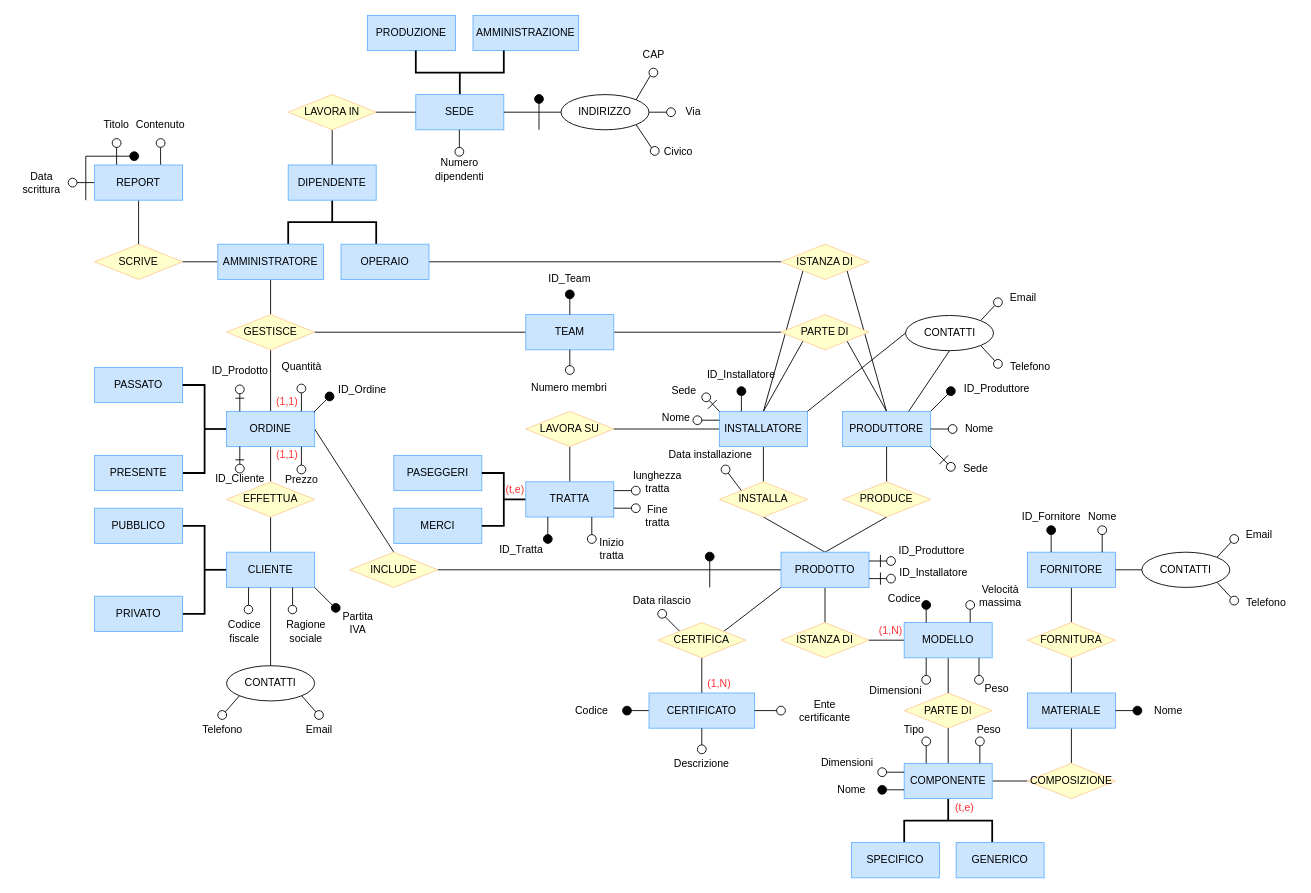
Before: Secondo Anno/Secondo_Semestre/Basi_dati/Diagrammi_GreenRail/rivisto_amministratore.drawio in bilottiale/uni, a draw.io diagram. Source tidied: cells renumbered, new cells numbered last; positions are measured from the earlier drawing's top-left corner, leaving out a move shared by most shapes. Both pictures are drawn from the tidied source at 88%, with x=0, y=0 at pixel (15, 15).
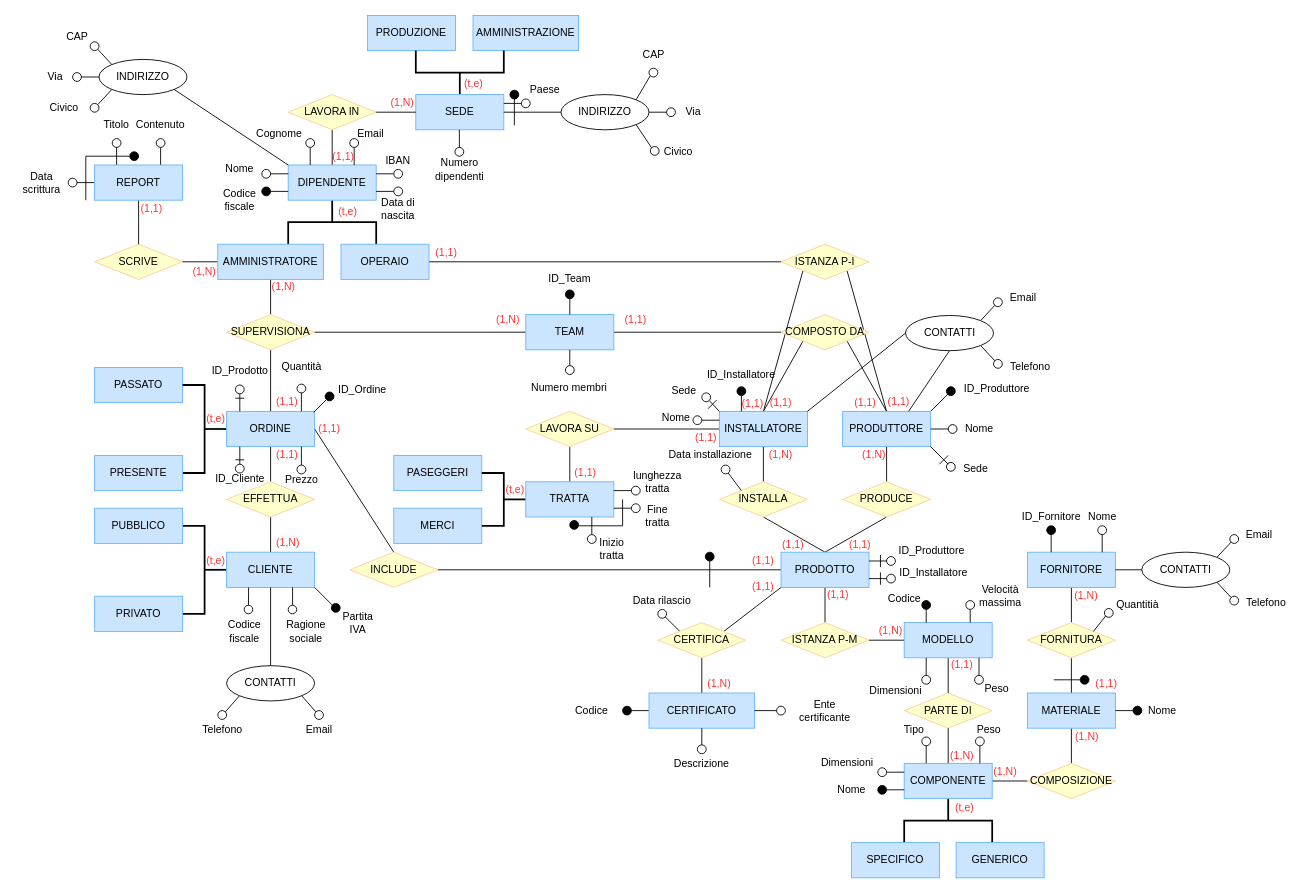
The same diagram, later.

Unchanged cells that the change refers to:
```xml
<mxCell id="65" value="DIPENDENTE" style="rounded=0;whiteSpace=wrap;html=1;fillColor=#CCE5FF;strokeColor=#66B2FF;" parent="1" vertex="1">
  <mxGeometry x="310" y="170" width="100" height="40" as="geometry" />
</mxCell>
<mxCell id="75" value="FORNITURA" style="rhombus;whiteSpace=wrap;html=1;fillColor=#FFFFCC;strokeColor=#FFCC99;" parent="1" vertex="1">
  <mxGeometry x="1150" y="690" width="100" height="40" as="geometry" />
</mxCell>
<mxCell id="110" style="group;" parent="1" vertex="1">
  <mxGeometry x="210" y="385" width="224" height="166" as="geometry" />
</mxCell>
<mxCell id="143" style="group;" parent="1" vertex="1">
  <mxGeometry x="545" y="515" width="205" height="115" as="geometry" />
</mxCell>
```

Diff of the diagram source:
```diff
@@
-    <mxCell id="26" value="GESTISCE" style="rhombus;whiteSpace=wrap;html=1;fillColor=#FFFFCC;strokeColor=#FFCC99;" parent="1" vertex="1">
+    <mxCell id="26" value="SUPERVISIONA" style="rhombus;whiteSpace=wrap;html=1;fillColor=#FFFFCC;strokeColor=#FFCC99;" parent="1" vertex="1">
       <mxGeometry x="240" y="340" width="100" height="40" as="geometry" />
     </mxCell>
@@
     <mxCell id="31" style="group;" parent="1" vertex="1">
-      <mxGeometry x="90" y="400" width="150" height="140" as="geometry" />
+      <mxGeometry x="90" y="400" width="170" height="140" as="geometry" />
     </mxCell>
@@
+    <mxCell id="285" value="(t,e)" style="text;html=1;align=center;verticalAlign=middle;whiteSpace=wrap;rounded=0;fontColor=#FF3333;" parent="31" vertex="1">
+      <mxGeometry x="108" y="44" width="60" height="30" as="geometry" />
+    </mxCell>
@@
-    <mxCell id="41" value="ISTANZA DI" style="rhombus;whiteSpace=wrap;html=1;fillColor=#FFFFCC;strokeColor=#FFCC99;" parent="1" vertex="1">
+    <mxCell id="41" value="ISTANZA P-I" style="rhombus;whiteSpace=wrap;html=1;fillColor=#FFFFCC;strokeColor=#FFCC99;" parent="1" vertex="1">
       <mxGeometry x="870" y="260" width="100" height="40" as="geometry" />
     </mxCell>
-    <mxCell id="42" value="PARTE DI" style="rhombus;whiteSpace=wrap;html=1;fillColor=#FFFFCC;strokeColor=#FFCC99;" parent="1" vertex="1">
+    <mxCell id="42" value="COMPOSTO DA" style="rhombus;whiteSpace=wrap;html=1;fillColor=#FFFFCC;strokeColor=#FFCC99;" parent="1" vertex="1">
       <mxGeometry x="870" y="340" width="100" height="40" as="geometry" />
     </mxCell>
@@
     <mxCell id="57" style="group;" parent="1" vertex="1">
-      <mxGeometry x="400" width="240" height="130" as="geometry" />
+      <mxGeometry x="400" width="240" height="150" as="geometry" />
     </mxCell>
@@
     <mxCell id="62" style="group;rotation=-180;" parent="57" vertex="1">
-      <mxGeometry x="190" y="90" width="10" height="30" as="geometry" />
+      <mxGeometry x="162" y="85" width="10" height="30" as="geometry" />
     </mxCell>
@@
+    <mxCell id="286" style="group;rotation=-90;" parent="57" vertex="1">
+      <mxGeometry x="165" y="85" width="10" height="30" as="geometry" />
+    </mxCell>
+    <mxCell id="287" style="ellipse;whiteSpace=wrap;html=1;fillColor=#FFFFFF;strokeColor=default;rotation=-90;" parent="286" vertex="1">
+      <mxGeometry x="10" y="10" width="10" height="10" as="geometry" />
+    </mxCell>
+    <mxCell id="288" style="endArrow=none;html=1;rounded=0;fontFamily=Helvetica;fontSize=12;fontColor=default;entryX=0.25;entryY=1;entryDx=0;entryDy=0;exitX=0.5;exitY=0;exitDx=0;exitDy=0;" parent="286" edge="1" source="287">
+      <mxGeometry relative="1" as="geometry">
+        <mxPoint x="-10" y="15" as="targetPoint" />
+      </mxGeometry>
+    </mxCell>
+    <mxCell id="289" value="Paese" style="text;html=1;align=center;verticalAlign=middle;whiteSpace=wrap;rounded=0;" parent="57" vertex="1">
+      <mxGeometry x="172" y="70" width="60" height="30" as="geometry" />
+    </mxCell>
+    <mxCell id="290" value="Email" style="text;html=1;align=center;verticalAlign=middle;whiteSpace=wrap;rounded=0;fontFamily=Helvetica;fontSize=12;fontColor=default;" parent="57" vertex="1">
+      <mxGeometry x="-26" y="120" width="60" height="30" as="geometry" />
+    </mxCell>
+    <mxCell id="291" value="(t,e)" style="text;html=1;align=center;verticalAlign=middle;whiteSpace=wrap;rounded=0;fontColor=#FF3333;" parent="57" vertex="1">
+      <mxGeometry x="91" y="63" width="60" height="30" as="geometry" />
+    </mxCell>
+    <mxCell id="292" value="(1,N)" style="text;html=1;align=center;verticalAlign=middle;whiteSpace=wrap;rounded=0;fontColor=#FF3333;" parent="57" vertex="1">
+      <mxGeometry x="10" y="85" width="60" height="30" as="geometry" />
+    </mxCell>
@@
-    <mxCell id="69" value="ISTANZA DI" style="rhombus;whiteSpace=wrap;html=1;fillColor=#FFFFCC;strokeColor=#FFCC99;" parent="1" vertex="1">
+    <mxCell id="69" value="ISTANZA P-M" style="rhombus;whiteSpace=wrap;html=1;fillColor=#FFFFCC;strokeColor=#FFCC99;" parent="1" vertex="1">
       <mxGeometry x="870" y="690" width="100" height="40" as="geometry" />
     </mxCell>
@@
+    <mxCell id="293" value="(1,1)" style="text;html=1;align=center;verticalAlign=middle;whiteSpace=wrap;rounded=0;labelBackgroundColor=none;fontColor=#FF3333;" parent="110" vertex="1">
+      <mxGeometry x="117" y="70" width="60" height="30" as="geometry" />
+    </mxCell>
@@
-    <mxCell id="145" value="ID_Tratta" style="text;html=1;align=center;verticalAlign=middle;whiteSpace=wrap;rounded=0;" parent="143" vertex="1">
-      <mxGeometry y="82" width="60" height="20" as="geometry" />
-    </mxCell>
@@
     <mxCell id="155" style="ellipse;whiteSpace=wrap;html=1;fillColor=light-dark(#000000,#FFFFFF);strokeColor=default;rotation=-180;" parent="143" vertex="1">
-      <mxGeometry x="55" y="75" width="10" height="10" as="geometry" />
+      <mxGeometry x="85" y="59" width="10" height="10" as="geometry" />
     </mxCell>
-    <mxCell id="156" style="endArrow=none;html=1;rounded=0;entryX=0.5;entryY=1;entryDx=0;entryDy=0;" parent="143" edge="1" target="155">
-      <mxGeometry relative="1" as="geometry">
-        <mxPoint x="60" y="55" as="sourcePoint" />
-      </mxGeometry>
-    </mxCell>
+    <mxCell id="294" style="endArrow=none;html=1;rounded=0;" parent="143" edge="1">
+      <mxGeometry relative="1" as="geometry">
+        <mxPoint x="145" y="35" as="sourcePoint" />
+        <mxPoint x="95" y="65" as="targetPoint" />
+        <Array as="points">
+          <mxPoint x="145" y="65" />
+        </Array>
+      </mxGeometry>
+    </mxCell>
+    <mxCell id="295" value="(1,1)" style="text;html=1;align=center;verticalAlign=middle;whiteSpace=wrap;rounded=0;labelBackgroundColor=none;fontColor=#FF3333;" parent="143" vertex="1">
+      <mxGeometry x="72.5" y="-10" width="60" height="30" as="geometry" />
+    </mxCell>
@@
     <mxCell id="232" style="group;" parent="1" vertex="1">
-      <mxGeometry x="1280" y="575" width="176" height="105" as="geometry" />
+      <mxGeometry x="1280" y="575" width="176" height="110" as="geometry" />
     </mxCell>
@@
+    <mxCell id="296" value="Quantitià" style="text;html=1;align=center;verticalAlign=middle;strokeColor=none;fillColor=none;" parent="232" vertex="1">
+      <mxGeometry x="-40" y="80" width="70" height="30" as="geometry" />
+    </mxCell>
@@
     <mxCell id="241" value="Nome" style="text;html=1;align=center;verticalAlign=middle;strokeColor=none;fillColor=none;" parent="1" vertex="1">
-      <mxGeometry x="1280" y="775" width="60" height="30" as="geometry" />
+      <mxGeometry x="1273" y="775" width="60" height="30" as="geometry" />
     </mxCell>
@@
+    <mxCell id="297" style="ellipse;whiteSpace=wrap;html=1;fillColor=#000000;strokeColor=default;rotation=90;" parent="1" vertex="1">
+      <mxGeometry x="1210" y="750" width="10" height="10" as="geometry" />
+    </mxCell>
+    <mxCell id="298" style="endArrow=none;html=1;rounded=0;entryX=0.5;entryY=1;entryDx=0;entryDy=0;" parent="1" edge="1" target="297">
+      <mxGeometry relative="1" as="geometry">
+        <mxPoint x="1180" y="755" as="sourcePoint" />
+      </mxGeometry>
+    </mxCell>
+    <mxCell id="299" style="ellipse;whiteSpace=wrap;html=1;fillColor=none;strokeColor=default;direction=south;" parent="1" vertex="1">
+      <mxGeometry x="1237.5" y="674" width="10" height="10" as="geometry" />
+    </mxCell>
+    <mxCell id="300" style="endArrow=none;html=1;rounded=0;entryX=1;entryY=0;entryDx=0;entryDy=0;exitX=1;exitY=1;exitDx=0;exitDy=0;" parent="1" edge="1" source="299" target="75">
+      <mxGeometry relative="1" as="geometry" />
+    </mxCell>
+    <mxCell id="301" style="endArrow=none;html=1;rounded=0;entryX=0.25;entryY=0;entryDx=0;entryDy=0;" parent="1" edge="1" target="65">
+      <mxGeometry relative="1" as="geometry">
+        <mxPoint x="335" y="150" as="sourcePoint" />
+      </mxGeometry>
+    </mxCell>
+    <mxCell id="302" style="endArrow=none;html=1;rounded=0;exitX=0;exitY=0.25;exitDx=0;exitDy=0;" parent="1" edge="1" source="65">
+      <mxGeometry relative="1" as="geometry">
+        <mxPoint x="290" y="180" as="targetPoint" />
+      </mxGeometry>
+    </mxCell>
+    <mxCell id="303" style="endArrow=none;html=1;rounded=0;exitX=0;exitY=0.75;exitDx=0;exitDy=0;" parent="1" edge="1" source="65">
+      <mxGeometry relative="1" as="geometry">
+        <mxPoint x="290" y="200" as="targetPoint" />
+      </mxGeometry>
+    </mxCell>
+    <mxCell id="304" style="endArrow=none;html=1;rounded=0;entryX=0.75;entryY=0;entryDx=0;entryDy=0;" parent="1" edge="1" target="65">
+      <mxGeometry relative="1" as="geometry">
+        <mxPoint x="385" y="150" as="sourcePoint" />
+      </mxGeometry>
+    </mxCell>
+    <mxCell id="305" style="ellipse;whiteSpace=wrap;html=1;fillColor=#000000;strokeColor=default;" parent="1" vertex="1">
+      <mxGeometry x="280" y="195" width="10" height="10" as="geometry" />
+    </mxCell>
+    <mxCell id="306" value="Codice&lt;div&gt;fiscale&lt;/div&gt;" style="text;html=1;align=center;verticalAlign=middle;whiteSpace=wrap;rounded=0;fontFamily=Helvetica;fontSize=12;fontColor=default;" parent="1" vertex="1">
+      <mxGeometry x="225" y="195" width="60" height="30" as="geometry" />
+    </mxCell>
+    <mxCell id="307" style="ellipse;whiteSpace=wrap;html=1;fillColor=#FFFFFF;strokeColor=default;" parent="1" vertex="1">
+      <mxGeometry x="280" y="175" width="10" height="10" as="geometry" />
+    </mxCell>
+    <mxCell id="308" value="Nome" style="text;html=1;align=center;verticalAlign=middle;whiteSpace=wrap;rounded=0;fontFamily=Helvetica;fontSize=12;fontColor=default;" parent="1" vertex="1">
+      <mxGeometry x="225" y="160" width="60" height="30" as="geometry" />
+    </mxCell>
+    <mxCell id="309" style="ellipse;whiteSpace=wrap;html=1;fillColor=#FFFFFF;strokeColor=default;" parent="1" vertex="1">
+      <mxGeometry x="330" y="140" width="10" height="10" as="geometry" />
+    </mxCell>
+    <mxCell id="310" style="ellipse;whiteSpace=wrap;html=1;fillColor=#FFFFFF;strokeColor=default;" parent="1" vertex="1">
+      <mxGeometry x="380" y="140" width="10" height="10" as="geometry" />
+    </mxCell>
+    <mxCell id="311" value="Cognome" style="text;html=1;align=center;verticalAlign=middle;whiteSpace=wrap;rounded=0;fontFamily=Helvetica;fontSize=12;fontColor=default;" parent="1" vertex="1">
+      <mxGeometry x="269.7" y="120" width="60" height="30" as="geometry" />
+    </mxCell>
+    <mxCell id="312" style="endArrow=none;html=1;rounded=0;exitX=1;exitY=0.25;exitDx=0;exitDy=0;" parent="1" edge="1" source="65">
+      <mxGeometry relative="1" as="geometry">
+        <mxPoint x="430" y="180" as="targetPoint" />
+      </mxGeometry>
+    </mxCell>
+    <mxCell id="313" style="endArrow=none;html=1;rounded=0;exitX=1;exitY=0.75;exitDx=0;exitDy=0;" parent="1" edge="1" source="65">
+      <mxGeometry relative="1" as="geometry">
+        <mxPoint x="430" y="200" as="targetPoint" />
+      </mxGeometry>
+    </mxCell>
+    <mxCell id="314" style="ellipse;whiteSpace=wrap;html=1;fillColor=#FFFFFF;strokeColor=default;" parent="1" vertex="1">
+      <mxGeometry x="430" y="175" width="10" height="10" as="geometry" />
+    </mxCell>
+    <mxCell id="315" style="ellipse;whiteSpace=wrap;html=1;fillColor=#FFFFFF;strokeColor=default;" parent="1" vertex="1">
+      <mxGeometry x="430" y="195" width="10" height="10" as="geometry" />
+    </mxCell>
+    <mxCell id="316" value="IBAN" style="text;html=1;align=center;verticalAlign=middle;whiteSpace=wrap;rounded=0;fontFamily=Helvetica;fontSize=12;fontColor=default;" parent="1" vertex="1">
+      <mxGeometry x="405" y="150" width="60" height="30" as="geometry" />
+    </mxCell>
+    <mxCell id="317" value="Data di nascita" style="text;html=1;align=center;verticalAlign=middle;whiteSpace=wrap;rounded=0;fontFamily=Helvetica;fontSize=12;fontColor=default;" parent="1" vertex="1">
+      <mxGeometry x="405" y="205" width="60" height="30" as="geometry" />
+    </mxCell>
+    <mxCell id="318" style="group;" parent="1" vertex="1">
+      <mxGeometry x="25" y="10" width="170" height="110" as="geometry" />
+    </mxCell>
+    <mxCell id="319" value="Civico" style="text;html=1;align=center;verticalAlign=middle;strokeColor=none;fillColor=none;" parent="318" vertex="1">
+      <mxGeometry y="80" width="60" height="30" as="geometry" />
+    </mxCell>
+    <mxCell id="320" value="INDIRIZZO" style="ellipse;whiteSpace=wrap;html=1;fillColor=default;" parent="318" vertex="1">
+      <mxGeometry x="70" y="40" width="100" height="40" as="geometry" />
+    </mxCell>
+    <mxCell id="321" style="ellipse;whiteSpace=wrap;html=1;fillColor=none;strokeColor=default;direction=south;" parent="318" vertex="1">
+      <mxGeometry x="40" y="55" width="10" height="10" as="geometry" />
+    </mxCell>
+    <mxCell id="322" style="endArrow=none;html=1;rounded=0;entryX=0;entryY=0.5;entryDx=0;entryDy=0;" parent="318" edge="1" target="320">
+      <mxGeometry relative="1" as="geometry">
+        <mxPoint x="50" y="60" as="sourcePoint" />
+      </mxGeometry>
+    </mxCell>
+    <mxCell id="323" style="endArrow=none;html=1;rounded=0;entryX=0;entryY=0;entryDx=0;entryDy=0;exitX=1;exitY=0;exitDx=0;exitDy=0;" parent="318" edge="1" source="324" target="320">
+      <mxGeometry relative="1" as="geometry" />
+    </mxCell>
+    <mxCell id="324" style="ellipse;whiteSpace=wrap;html=1;fillColor=none;strokeColor=default;direction=south;" parent="318" vertex="1">
+      <mxGeometry x="60" y="20" width="10" height="10" as="geometry" />
+    </mxCell>
+    <mxCell id="325" style="ellipse;whiteSpace=wrap;html=1;fillColor=none;strokeColor=default;direction=south;" parent="318" vertex="1">
+      <mxGeometry x="60" y="90" width="10" height="10" as="geometry" />
+    </mxCell>
+    <mxCell id="326" style="endArrow=none;html=1;rounded=0;entryX=0;entryY=1;entryDx=0;entryDy=0;exitX=0;exitY=0;exitDx=0;exitDy=0;" parent="318" edge="1" source="325" target="320">
+      <mxGeometry relative="1" as="geometry" />
+    </mxCell>
+    <mxCell id="327" value="Via" style="text;html=1;align=center;verticalAlign=middle;strokeColor=none;fillColor=none;" parent="318" vertex="1">
+      <mxGeometry y="45" width="40" height="30" as="geometry" />
+    </mxCell>
+    <mxCell id="328" value="CAP" style="text;html=1;align=center;verticalAlign=middle;strokeColor=none;fillColor=none;" parent="318" vertex="1">
+      <mxGeometry x="20" width="50" height="30" as="geometry" />
+    </mxCell>
+    <mxCell id="329" style="endArrow=none;html=1;rounded=0;entryX=1;entryY=1;entryDx=0;entryDy=0;exitX=0;exitY=0;exitDx=0;exitDy=0;" parent="1" edge="1" source="65" target="320">
+      <mxGeometry relative="1" as="geometry" />
+    </mxCell>
+    <mxCell id="330" value="(t,e)" style="text;html=1;align=center;verticalAlign=middle;whiteSpace=wrap;rounded=0;fontColor=#FF3333;" parent="1" vertex="1">
+      <mxGeometry x="197.7" y="605.1" width="60" height="30" as="geometry" />
+    </mxCell>
+    <mxCell id="331" value="(t,e)" style="text;html=1;align=center;verticalAlign=middle;whiteSpace=wrap;rounded=0;fontColor=#FF3333;" parent="1" vertex="1">
+      <mxGeometry x="348" y="207.8" width="60" height="30" as="geometry" />
+    </mxCell>
+    <mxCell id="332" value="(1,N)" style="text;html=1;align=center;verticalAlign=middle;whiteSpace=wrap;rounded=0;fontColor=#FF3333;" parent="1" vertex="1">
+      <mxGeometry x="280" y="585" width="60" height="30" as="geometry" />
+    </mxCell>
+    <mxCell id="333" value="(1,N)" style="text;html=1;align=center;verticalAlign=middle;whiteSpace=wrap;rounded=0;labelBackgroundColor=none;fontColor=#FF3333;" parent="1" vertex="1">
+      <mxGeometry x="275" y="294" width="60" height="30" as="geometry" />
+    </mxCell>
+    <mxCell id="334" value="(1,N)" style="text;html=1;align=center;verticalAlign=middle;whiteSpace=wrap;rounded=0;labelBackgroundColor=none;fontColor=#FF3333;" parent="1" vertex="1">
+      <mxGeometry x="185" y="276" width="60" height="30" as="geometry" />
+    </mxCell>
+    <mxCell id="335" value="(1,1)" style="text;html=1;align=center;verticalAlign=middle;whiteSpace=wrap;rounded=0;labelBackgroundColor=none;fontColor=#FF3333;" parent="1" vertex="1">
+      <mxGeometry x="125" y="205" width="60" height="30" as="geometry" />
+    </mxCell>
+    <mxCell id="336" value="(1,N)" style="text;html=1;align=center;verticalAlign=middle;whiteSpace=wrap;rounded=0;labelBackgroundColor=none;fontColor=#FF3333;" parent="1" vertex="1">
+      <mxGeometry x="530" y="331" width="60" height="30" as="geometry" />
+    </mxCell>
+    <mxCell id="337" value="(1,1)" style="text;html=1;align=center;verticalAlign=middle;whiteSpace=wrap;rounded=0;labelBackgroundColor=none;fontColor=#FF3333;" parent="1" vertex="1">
+      <mxGeometry x="675" y="331" width="60" height="30" as="geometry" />
+    </mxCell>
+    <mxCell id="338" value="(1,1)" style="text;html=1;align=center;verticalAlign=middle;whiteSpace=wrap;rounded=0;labelBackgroundColor=none;fontColor=#FF3333;" parent="1" vertex="1">
+      <mxGeometry x="840" y="425" width="60" height="30" as="geometry" />
+    </mxCell>
+    <mxCell id="339" value="(1,1)" style="text;html=1;align=center;verticalAlign=middle;whiteSpace=wrap;rounded=0;labelBackgroundColor=none;fontColor=#FF3333;" parent="1" vertex="1">
+      <mxGeometry x="820" y="605" width="60" height="30" as="geometry" />
+    </mxCell>
+    <mxCell id="340" value="(1,1)" style="text;html=1;align=center;verticalAlign=middle;whiteSpace=wrap;rounded=0;labelBackgroundColor=none;fontColor=#FF3333;" parent="1" vertex="1">
+      <mxGeometry x="854" y="587" width="60" height="30" as="geometry" />
+    </mxCell>
+    <mxCell id="341" value="(1,1)" style="text;html=1;align=center;verticalAlign=middle;whiteSpace=wrap;rounded=0;labelBackgroundColor=none;fontColor=#FF3333;" parent="1" vertex="1">
+      <mxGeometry x="930" y="587" width="60" height="30" as="geometry" />
+    </mxCell>
+    <mxCell id="342" value="(1,N)" style="text;html=1;align=center;verticalAlign=middle;whiteSpace=wrap;rounded=0;labelBackgroundColor=none;fontColor=#FF3333;" parent="1" vertex="1">
+      <mxGeometry x="946.1" y="485" width="60" height="30" as="geometry" />
+    </mxCell>
+    <mxCell id="343" value="(1,N)" style="text;html=1;align=center;verticalAlign=middle;whiteSpace=wrap;rounded=0;labelBackgroundColor=none;fontColor=#FF3333;" parent="1" vertex="1">
+      <mxGeometry x="840" y="485" width="60" height="30" as="geometry" />
+    </mxCell>
+    <mxCell id="344" value="(1,1)" style="text;html=1;align=center;verticalAlign=middle;whiteSpace=wrap;rounded=0;labelBackgroundColor=none;fontColor=#FF3333;" parent="1" vertex="1">
+      <mxGeometry x="936" y="425" width="60" height="30" as="geometry" />
+    </mxCell>
+    <mxCell id="345" value="(1,1)" style="text;html=1;align=center;verticalAlign=middle;whiteSpace=wrap;rounded=0;labelBackgroundColor=none;fontColor=#FF3333;" parent="1" vertex="1">
+      <mxGeometry x="755" y="465" width="60" height="30" as="geometry" />
+    </mxCell>
+    <mxCell id="346" value="(1,1)" style="text;html=1;align=center;verticalAlign=middle;whiteSpace=wrap;rounded=0;labelBackgroundColor=none;fontColor=#FF3333;" parent="1" vertex="1">
+      <mxGeometry x="820" y="635" width="60" height="30" as="geometry" />
+    </mxCell>
+    <mxCell id="347" value="(1,1)" style="text;html=1;align=center;verticalAlign=middle;whiteSpace=wrap;rounded=0;labelBackgroundColor=none;fontColor=#FF3333;" parent="1" vertex="1">
+      <mxGeometry x="905" y="644" width="60" height="30" as="geometry" />
+    </mxCell>
+    <mxCell id="348" value="(1,1)" style="text;html=1;align=center;verticalAlign=middle;whiteSpace=wrap;rounded=0;labelBackgroundColor=none;fontColor=#FF3333;" parent="1" vertex="1">
+      <mxGeometry x="1046" y="723" width="60" height="30" as="geometry" />
+    </mxCell>
+    <mxCell id="349" value="(1,N)" style="text;html=1;align=center;verticalAlign=middle;whiteSpace=wrap;rounded=0;labelBackgroundColor=none;fontColor=#FF3333;" parent="1" vertex="1">
+      <mxGeometry x="1046" y="827" width="60" height="30" as="geometry" />
+    </mxCell>
+    <mxCell id="350" value="(1,N)" style="text;html=1;align=center;verticalAlign=middle;whiteSpace=wrap;rounded=0;labelBackgroundColor=none;fontColor=#FF3333;" parent="1" vertex="1">
+      <mxGeometry x="1095" y="845" width="60" height="30" as="geometry" />
+    </mxCell>
+    <mxCell id="351" value="(1,N)" style="text;html=1;align=center;verticalAlign=middle;whiteSpace=wrap;rounded=0;labelBackgroundColor=none;fontColor=#FF3333;" parent="1" vertex="1">
+      <mxGeometry x="1187.5" y="805" width="60" height="30" as="geometry" />
+    </mxCell>
+    <mxCell id="352" value="(1,1)" style="text;html=1;align=center;verticalAlign=middle;whiteSpace=wrap;rounded=0;labelBackgroundColor=none;fontColor=#FF3333;" parent="1" vertex="1">
+      <mxGeometry x="1210" y="745" width="60" height="30" as="geometry" />
+    </mxCell>
+    <mxCell id="353" value="(1,N)" style="text;html=1;align=center;verticalAlign=middle;whiteSpace=wrap;rounded=0;labelBackgroundColor=none;fontColor=#FF3333;" parent="1" vertex="1">
+      <mxGeometry x="1187" y="645" width="60" height="30" as="geometry" />
+    </mxCell>
+    <mxCell id="354" value="(1,1)" style="text;html=1;align=center;verticalAlign=middle;whiteSpace=wrap;rounded=0;labelBackgroundColor=none;fontColor=#FF3333;" parent="1" vertex="1">
+      <mxGeometry x="460" y="255" width="60" height="30" as="geometry" />
+    </mxCell>
+    <mxCell id="355" value="(1,1)" style="text;html=1;align=center;verticalAlign=middle;whiteSpace=wrap;rounded=0;labelBackgroundColor=none;fontColor=#FF3333;" parent="1" vertex="1">
+      <mxGeometry x="808" y="426" width="60" height="30" as="geometry" />
+    </mxCell>
+    <mxCell id="356" value="(1,1)" style="text;html=1;align=center;verticalAlign=middle;whiteSpace=wrap;rounded=0;labelBackgroundColor=none;fontColor=#FF3333;" parent="1" vertex="1">
+      <mxGeometry x="974" y="424" width="60" height="30" as="geometry" />
+    </mxCell>
+    <mxCell id="357" value="(1,1)" style="text;html=1;align=center;verticalAlign=middle;whiteSpace=wrap;rounded=0;fontColor=#FF3333;" parent="1" vertex="1">
+      <mxGeometry x="343" y="146" width="60" height="30" as="geometry" />
+    </mxCell>
```
